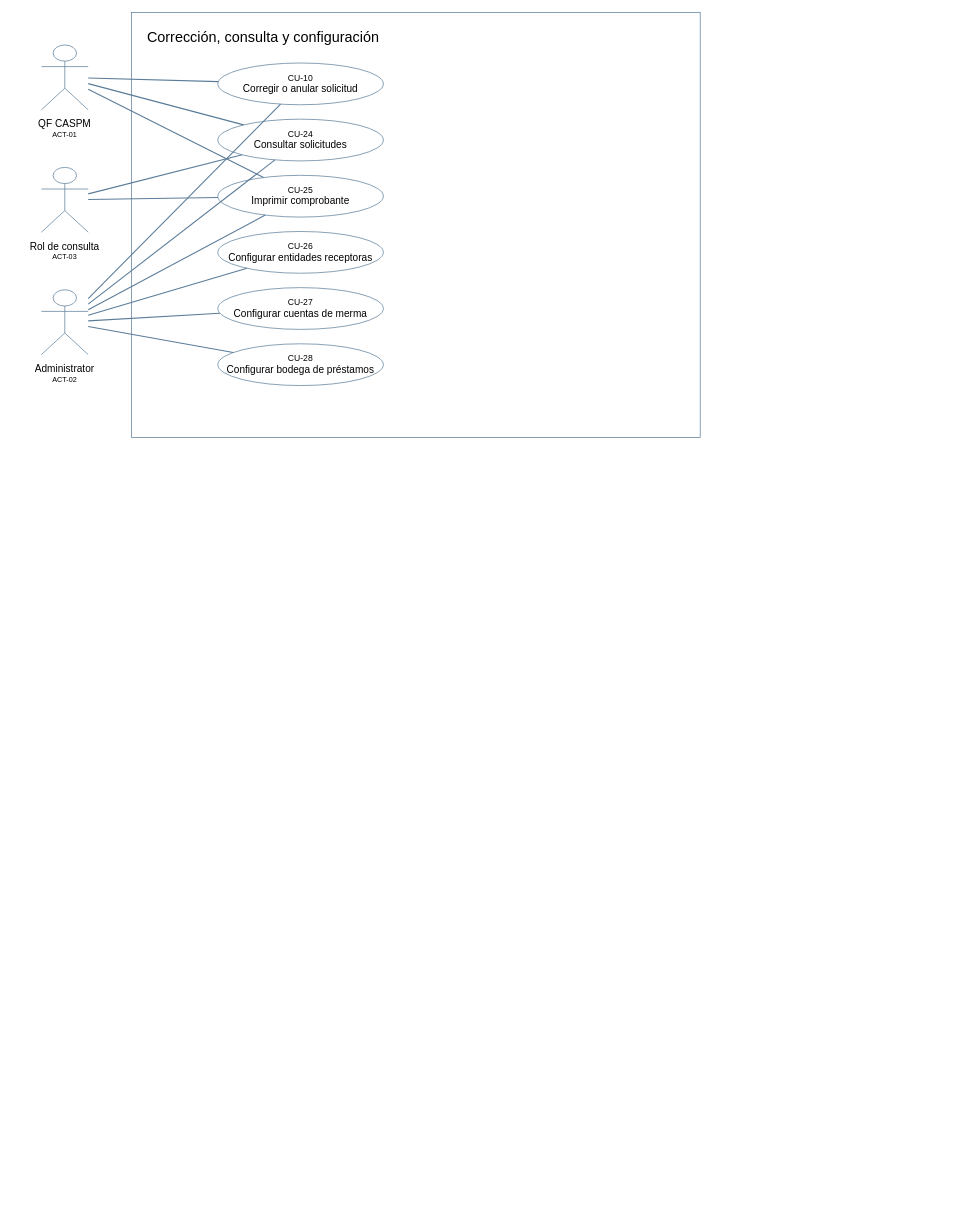
Before: Custom/AS_NSP_018_PrestamoDevolucionMerma/documentacion/diagramas/AS_RegistroDeSolicitudDeInventario_CasosUso_CorreccionConsultaYConfiguracion.drawio in maxterlens/andes-salud, a draw.io diagram. Source tidied: cells renumbered, new cells numbered last; positions are measured from the earlier drawing's top-left corner, leaving out a move shared by most shapes. Both pictures are drawn from the tidied source at 72%, with x=0, y=0 at pixel (12, 12).
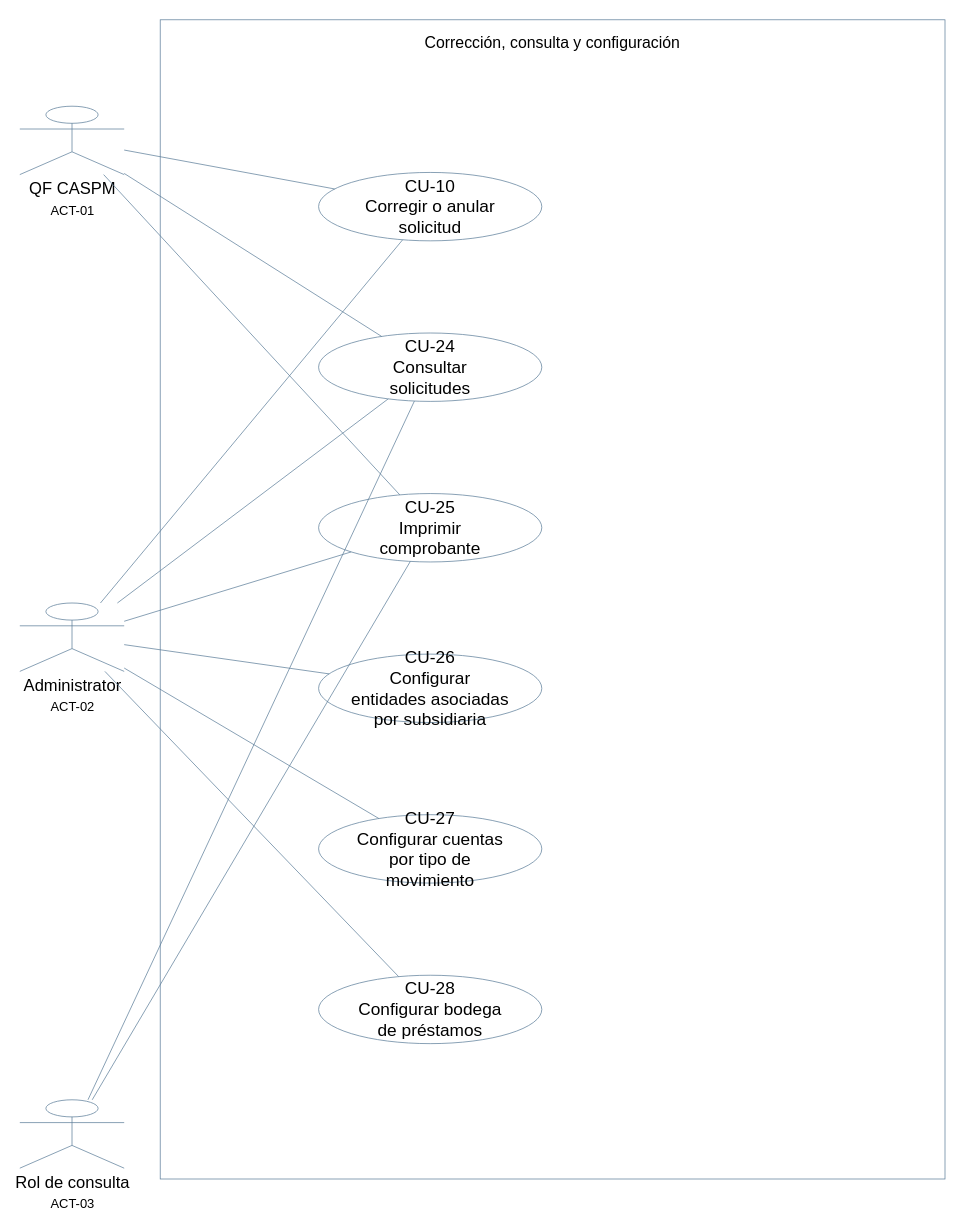
The same page after the edit.

Change to the diagram source:
```diff
@@
-    <mxCell id="2" value="Corrección, consulta y configuración" style="rounded=0;whiteSpace=wrap;html=1;fillColor=#FFFFFF;strokeColor=#5B7C99;fontColor=#000000;fontFamily=Arial;fontSize=20;verticalAlign=top;align=left;spacingTop=15;spacingLeft=20;" parent="1" vertex="1">
-      <mxGeometry x="165" width="790" height="590" as="geometry" />
+    <mxCell id="2" value="Corrección, consulta y configuración" style="rounded=0;whiteSpace=wrap;html=1;strokeColor=#5B7C99;fillColor=#FFFFFF;fontColor=#000000;fontFamily=Arial;fontSize=22;verticalAlign=top;spacingTop=12;" parent="1" vertex="1">
+      <mxGeometry x="205" y="10" width="1090" height="1610" as="geometry" />
     </mxCell>
+    <mxCell id="9" value="QF CASPM&lt;br&gt;&lt;font style=&quot;font-size:18px&quot;&gt;ACT-01&lt;/font&gt;" style="shape=umlActor;verticalLabelPosition=bottom;verticalAlign=top;html=1;strokeColor=#5B7C99;fillColor=#FFFFFF;fontColor=#000000;fontFamily=Arial;fontSize=23;" parent="1" vertex="1">
+      <mxGeometry x="10" y="130" width="145" height="95" as="geometry" />
+    </mxCell>
+    <mxCell id="13" value="Administrator&lt;br&gt;&lt;font style=&quot;font-size:18px&quot;&gt;ACT-02&lt;/font&gt;" style="shape=umlActor;verticalLabelPosition=bottom;verticalAlign=top;html=1;strokeColor=#5B7C99;fillColor=#FFFFFF;fontColor=#000000;fontFamily=Arial;fontSize=23;" parent="1" vertex="1">
+      <mxGeometry x="10" y="820" width="145" height="95" as="geometry" />
+    </mxCell>
+    <mxCell id="11" value="Rol de consulta&lt;br&gt;&lt;font style=&quot;font-size:18px&quot;&gt;ACT-03&lt;/font&gt;" style="shape=umlActor;verticalLabelPosition=bottom;verticalAlign=top;html=1;strokeColor=#5B7C99;fillColor=#FFFFFF;fontColor=#000000;fontFamily=Arial;fontSize=23;" parent="1" vertex="1">
+      <mxGeometry x="10" y="1510" width="145" height="95" as="geometry" />
+    </mxCell>
-    <mxCell id="3" value="&lt;div style=&quot;font-size:12px&quot;&gt;CU-10&lt;/div&gt;&lt;div&gt;Corregir o anular solicitud&lt;/div&gt;" style="ellipse;whiteSpace=wrap;html=1;fillColor=#FFFFFF;strokeColor=#5B7C99;fontColor=#000000;fontFamily=Arial;fontSize=14;align=center;verticalAlign=middle;spacing=8;" parent="1" vertex="1">
-      <mxGeometry x="285" y="70" width="230" height="58" as="geometry" />
+    <mxCell id="3" value="CU-10&lt;br&gt;Corregir o anular&lt;br&gt;solicitud" style="ellipse;whiteSpace=wrap;html=1;strokeColor=#5B7C99;fillColor=#FFFFFF;fontColor=#000000;fontFamily=Arial;fontSize=24;" parent="1" vertex="1">
+      <mxGeometry x="425" y="222" width="310" height="95" as="geometry" />
     </mxCell>
-    <mxCell id="4" value="&lt;div style=&quot;font-size:12px&quot;&gt;CU-24&lt;/div&gt;&lt;div&gt;Consultar solicitudes&lt;/div&gt;" style="ellipse;whiteSpace=wrap;html=1;fillColor=#FFFFFF;strokeColor=#5B7C99;fontColor=#000000;fontFamily=Arial;fontSize=14;align=center;verticalAlign=middle;spacing=8;" parent="1" vertex="1">
-      <mxGeometry x="285" y="148" width="230" height="58" as="geometry" />
+    <mxCell id="4" value="CU-24&lt;br&gt;Consultar&lt;br&gt;solicitudes" style="ellipse;whiteSpace=wrap;html=1;strokeColor=#5B7C99;fillColor=#FFFFFF;fontColor=#000000;fontFamily=Arial;fontSize=24;" parent="1" vertex="1">
+      <mxGeometry x="425" y="445" width="310" height="95" as="geometry" />
     </mxCell>
-    <mxCell id="5" value="&lt;div style=&quot;font-size:12px&quot;&gt;CU-25&lt;/div&gt;&lt;div&gt;Imprimir comprobante&lt;/div&gt;" style="ellipse;whiteSpace=wrap;html=1;fillColor=#FFFFFF;strokeColor=#5B7C99;fontColor=#000000;fontFamily=Arial;fontSize=14;align=center;verticalAlign=middle;spacing=8;" parent="1" vertex="1">
-      <mxGeometry x="285" y="226" width="230" height="58" as="geometry" />
+    <mxCell id="5" value="CU-25&lt;br&gt;Imprimir&lt;br&gt;comprobante" style="ellipse;whiteSpace=wrap;html=1;strokeColor=#5B7C99;fillColor=#FFFFFF;fontColor=#000000;fontFamily=Arial;fontSize=24;" parent="1" vertex="1">
+      <mxGeometry x="425" y="668" width="310" height="95" as="geometry" />
     </mxCell>
-    <mxCell id="6" value="&lt;div style=&quot;font-size:12px&quot;&gt;CU-26&lt;/div&gt;&lt;div&gt;Configurar entidades receptoras&lt;/div&gt;" style="ellipse;whiteSpace=wrap;html=1;fillColor=#FFFFFF;strokeColor=#5B7C99;fontColor=#000000;fontFamily=Arial;fontSize=14;align=center;verticalAlign=middle;spacing=8;" parent="1" vertex="1">
-      <mxGeometry x="285" y="304" width="230" height="58" as="geometry" />
+    <mxCell id="6" value="CU-26&lt;br&gt;Configurar&lt;br&gt;entidades asociadas&lt;br&gt;por subsidiaria" style="ellipse;whiteSpace=wrap;html=1;strokeColor=#5B7C99;fillColor=#FFFFFF;fontColor=#000000;fontFamily=Arial;fontSize=24;" parent="1" vertex="1">
+      <mxGeometry x="425" y="891" width="310" height="95" as="geometry" />
     </mxCell>
-    <mxCell id="7" value="&lt;div style=&quot;font-size:12px&quot;&gt;CU-27&lt;/div&gt;&lt;div&gt;Configurar cuentas de merma&lt;/div&gt;" style="ellipse;whiteSpace=wrap;html=1;fillColor=#FFFFFF;strokeColor=#5B7C99;fontColor=#000000;fontFamily=Arial;fontSize=14;align=center;verticalAlign=middle;spacing=8;" parent="1" vertex="1">
-      <mxGeometry x="285" y="382" width="230" height="58" as="geometry" />
+    <mxCell id="7" value="CU-27&lt;br&gt;Configurar cuentas&lt;br&gt;por tipo de&lt;br&gt;movimiento" style="ellipse;whiteSpace=wrap;html=1;strokeColor=#5B7C99;fillColor=#FFFFFF;fontColor=#000000;fontFamily=Arial;fontSize=24;" parent="1" vertex="1">
+      <mxGeometry x="425" y="1114" width="310" height="95" as="geometry" />
     </mxCell>
-    <mxCell id="8" value="&lt;div style=&quot;font-size:12px&quot;&gt;CU-28&lt;/div&gt;&lt;div&gt;Configurar bodega de préstamos&lt;/div&gt;" style="ellipse;whiteSpace=wrap;html=1;fillColor=#FFFFFF;strokeColor=#5B7C99;fontColor=#000000;fontFamily=Arial;fontSize=14;align=center;verticalAlign=middle;spacing=8;" parent="1" vertex="1">
-      <mxGeometry x="285" y="460" width="230" height="58" as="geometry" />
+    <mxCell id="8" value="CU-28&lt;br&gt;Configurar bodega&lt;br&gt;de préstamos" style="ellipse;whiteSpace=wrap;html=1;strokeColor=#5B7C99;fillColor=#FFFFFF;fontColor=#000000;fontFamily=Arial;fontSize=24;" parent="1" vertex="1">
+      <mxGeometry x="425" y="1337" width="310" height="95" as="geometry" />
     </mxCell>
-    <mxCell id="9" style="shape=umlActor;whiteSpace=wrap;html=1;fillColor=#FFFFFF;strokeColor=#5B7C99;fontColor=#000000;fontFamily=Arial;fontSize=14;" parent="1" vertex="1">
-      <mxGeometry x="40" y="45" width="65" height="90" as="geometry" />
-    </mxCell>
-    <mxCell id="10" value="&lt;div&gt;QF CASPM&lt;/div&gt;&lt;div style=&quot;font-size:10px&quot;&gt;ACT-01&lt;/div&gt;" style="rounded=0;whiteSpace=wrap;html=1;fillColor=none;strokeColor=none;fontColor=#000000;fontFamily=Arial;fontSize=14;align=center;verticalAlign=top;" parent="1" vertex="1">
-      <mxGeometry y="140" width="145" height="45" as="geometry" />
-    </mxCell>
-    <mxCell id="11" style="shape=umlActor;whiteSpace=wrap;html=1;fillColor=#FFFFFF;strokeColor=#5B7C99;fontColor=#000000;fontFamily=Arial;fontSize=14;" parent="1" vertex="1">
-      <mxGeometry x="40" y="215" width="65" height="90" as="geometry" />
-    </mxCell>
-    <mxCell id="12" value="&lt;div&gt;Rol de consulta&lt;/div&gt;&lt;div style=&quot;font-size:10px&quot;&gt;ACT-03&lt;/div&gt;" style="rounded=0;whiteSpace=wrap;html=1;fillColor=none;strokeColor=none;fontColor=#000000;fontFamily=Arial;fontSize=14;align=center;verticalAlign=top;" parent="1" vertex="1">
-      <mxGeometry y="310" width="145" height="45" as="geometry" />
-    </mxCell>
-    <mxCell id="13" style="shape=umlActor;whiteSpace=wrap;html=1;fillColor=#FFFFFF;strokeColor=#5B7C99;fontColor=#000000;fontFamily=Arial;fontSize=14;" parent="1" vertex="1">
-      <mxGeometry x="40" y="385" width="65" height="90" as="geometry" />
-    </mxCell>
-    <mxCell id="14" value="&lt;div&gt;Administrator&lt;/div&gt;&lt;div style=&quot;font-size:10px&quot;&gt;ACT-02&lt;/div&gt;" style="rounded=0;whiteSpace=wrap;html=1;fillColor=none;strokeColor=none;fontColor=#000000;fontFamily=Arial;fontSize=14;align=center;verticalAlign=top;" parent="1" vertex="1">
-      <mxGeometry y="480" width="145" height="45" as="geometry" />
-    </mxCell>
-    <mxCell id="15" style="endArrow=none;startArrow=none;html=1;strokeColor=#5B7C99;strokeWidth=1.5;" parent="1" edge="1" source="9" target="3">
+    <mxCell id="15" style="endArrow=none;strokeColor=#5B7C99;html=1;" parent="1" edge="1" source="9" target="3">
       <mxGeometry relative="1" as="geometry" />
     </mxCell>
-    <mxCell id="16" style="endArrow=none;startArrow=none;html=1;strokeColor=#5B7C99;strokeWidth=1.5;" parent="1" edge="1" source="13" target="3">
+    <mxCell id="16" style="endArrow=none;strokeColor=#5B7C99;html=1;" parent="1" edge="1" source="13" target="3">
       <mxGeometry relative="1" as="geometry" />
     </mxCell>
-    <mxCell id="17" style="endArrow=none;startArrow=none;html=1;strokeColor=#5B7C99;strokeWidth=1.5;" parent="1" edge="1" source="9" target="4">
+    <mxCell id="17" style="endArrow=none;strokeColor=#5B7C99;html=1;" parent="1" edge="1" source="9" target="4">
       <mxGeometry relative="1" as="geometry" />
     </mxCell>
-    <mxCell id="18" style="endArrow=none;startArrow=none;html=1;strokeColor=#5B7C99;strokeWidth=1.5;" parent="1" edge="1" source="13" target="4">
+    <mxCell id="18" style="endArrow=none;strokeColor=#5B7C99;html=1;" parent="1" edge="1" source="13" target="4">
       <mxGeometry relative="1" as="geometry" />
     </mxCell>
-    <mxCell id="19" style="endArrow=none;startArrow=none;html=1;strokeColor=#5B7C99;strokeWidth=1.5;" parent="1" edge="1" source="11" target="4">
+    <mxCell id="19" style="endArrow=none;strokeColor=#5B7C99;html=1;" parent="1" edge="1" source="11" target="4">
       <mxGeometry relative="1" as="geometry" />
     </mxCell>
-    <mxCell id="20" style="endArrow=none;startArrow=none;html=1;strokeColor=#5B7C99;strokeWidth=1.5;" parent="1" edge="1" source="9" target="5">
+    <mxCell id="20" style="endArrow=none;strokeColor=#5B7C99;html=1;" parent="1" edge="1" source="9" target="5">
       <mxGeometry relative="1" as="geometry" />
     </mxCell>
-    <mxCell id="21" style="endArrow=none;startArrow=none;html=1;strokeColor=#5B7C99;strokeWidth=1.5;" parent="1" edge="1" source="13" target="5">
+    <mxCell id="21" style="endArrow=none;strokeColor=#5B7C99;html=1;" parent="1" edge="1" source="13" target="5">
       <mxGeometry relative="1" as="geometry" />
     </mxCell>
-    <mxCell id="22" style="endArrow=none;startArrow=none;html=1;strokeColor=#5B7C99;strokeWidth=1.5;" parent="1" edge="1" source="11" target="5">
+    <mxCell id="22" style="endArrow=none;strokeColor=#5B7C99;html=1;" parent="1" edge="1" source="11" target="5">
       <mxGeometry relative="1" as="geometry" />
     </mxCell>
-    <mxCell id="23" style="endArrow=none;startArrow=none;html=1;strokeColor=#5B7C99;strokeWidth=1.5;" parent="1" edge="1" source="13" target="6">
+    <mxCell id="23" style="endArrow=none;strokeColor=#5B7C99;html=1;" parent="1" edge="1" source="13" target="6">
       <mxGeometry relative="1" as="geometry" />
     </mxCell>
-    <mxCell id="24" style="endArrow=none;startArrow=none;html=1;strokeColor=#5B7C99;strokeWidth=1.5;" parent="1" edge="1" source="13" target="7">
+    <mxCell id="24" style="endArrow=none;strokeColor=#5B7C99;html=1;" parent="1" edge="1" source="13" target="7">
       <mxGeometry relative="1" as="geometry" />
     </mxCell>
-    <mxCell id="25" style="endArrow=none;startArrow=none;html=1;strokeColor=#5B7C99;strokeWidth=1.5;" parent="1" edge="1" source="13" target="8">
+    <mxCell id="25" style="endArrow=none;strokeColor=#5B7C99;html=1;" parent="1" edge="1" source="13" target="8">
       <mxGeometry relative="1" as="geometry" />
     </mxCell>
```
